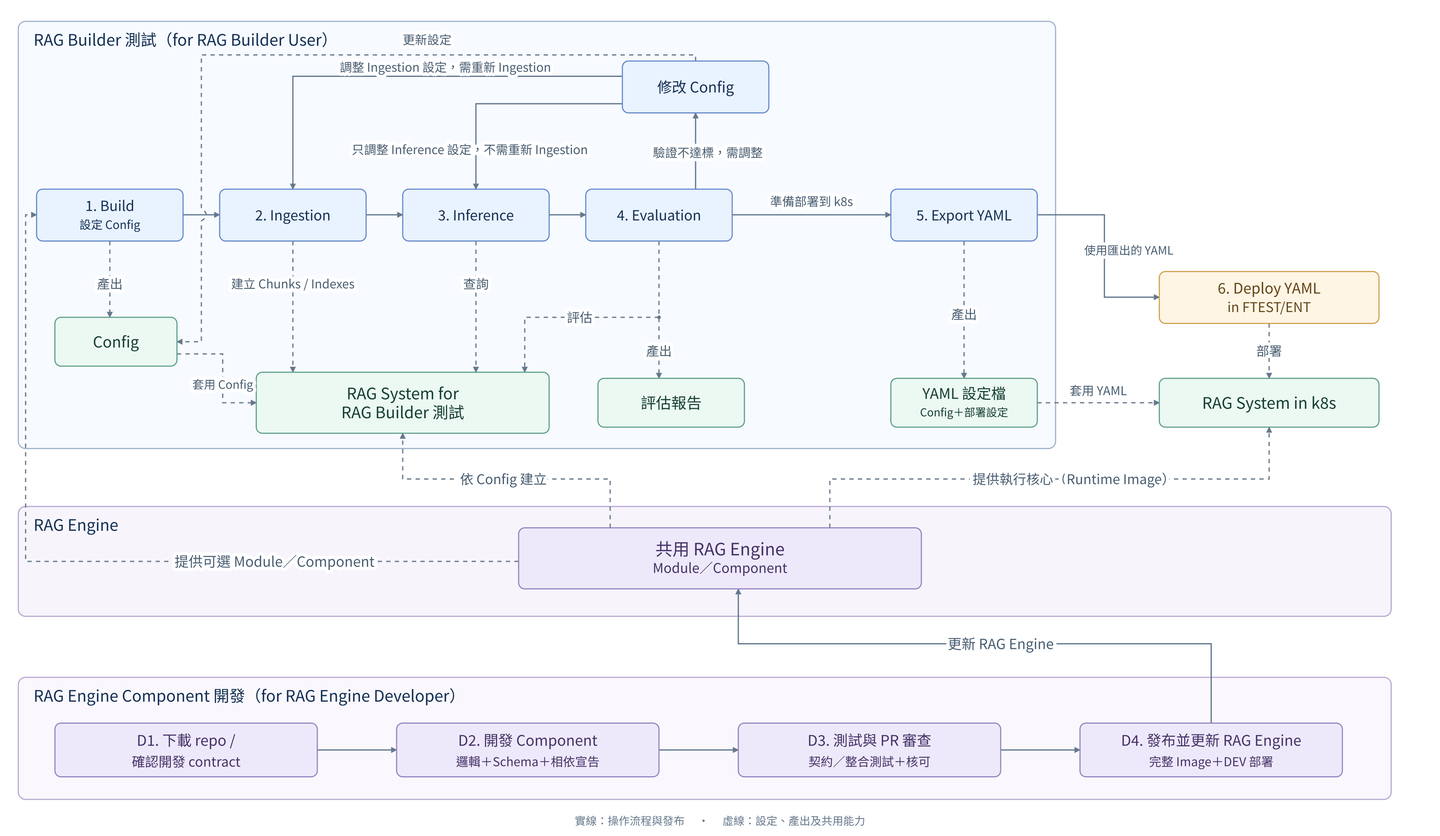
Before: diagrams/01_user_system_l1.png, a diagram exported from Mermaid (SunnyWenwen/rag_platform). Its source is kept beside it as diagrams/01_user_system_l1.mmd.
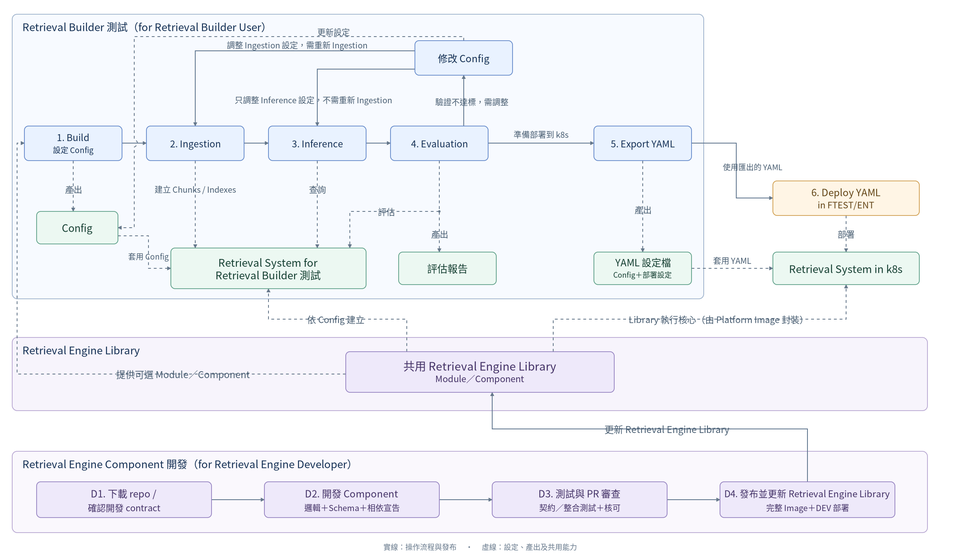
After the change.

What changed in the source:
```diff
@@ -1,5 +1,5 @@
 flowchart TB
-    subgraph BUILDER["RAG Builder 測試（for RAG Builder User）"]
+    subgraph BUILDER["Retrieval Builder 測試（for Retrieval Builder User）"]
         direction LR
         B["1. Build（設定 Config）"] --> I["2. Ingestion"]
         I --> Q["3. Inference"]
@@ -10,7 +10,7 @@
         C -->|只調整 Inference 設定，不需重新 Ingestion| Q
 
         F["Config"]
-        S["RAG System for RAG Builder 測試"]
+        S["Retrieval System for Retrieval Builder 測試"]
         R["評估報告"]
         Y["YAML 設定檔（Config＋部署設定）"]
 
@@ -25,25 +25,25 @@
     end
 
     D["6. Deploy YAML in FTEST/ENT"]
-    K["RAG System in k8s"]
+    K["Retrieval System in k8s"]
     X -->|使用匯出的 YAML| D
     D -. 部署 .-> K
     Y -. 套用 YAML .-> K
 
-    subgraph ENGINE["RAG Engine"]
-        GE["共用 RAG Engine（Module／Component）"]
+    subgraph ENGINE["Retrieval Engine Library"]
+        GE["共用 Retrieval Engine Library（Module／Component）"]
     end
     GE -. 依 Config 建立 .-> S
-    GE -. "提供執行核心（Runtime Image）" .-> K
+    GE -. "Library 執行核心（由 Platform Image 封裝）" .-> K
     GE -. "提供可選 Module／Component" .-> B
 
-    subgraph DEVELOPMENT["RAG Engine Component 開發（for RAG Engine Developer）"]
+    subgraph DEVELOPMENT["Retrieval Engine Component 開發（for Retrieval Engine Developer）"]
         direction LR
         DEV1["D1. 下載 repo / 確認開發 contract"] --> DEV2["D2. 開發 Component"]
         DEV2 --> DEV3["D3. 測試與 PR 審查"]
-        DEV3 --> DEV4["D4. 發布並更新 RAG Engine"]
+        DEV3 --> DEV4["D4. 發布並更新 Retrieval Engine Library"]
     end
-    DEV4 -->|更新 RAG Engine| GE
+    DEV4 -->|更新 Retrieval Engine Library| GE
 
     classDef user fill:#e9f2ff,stroke:#6086c8,color:#143054
     classDef system fill:#ecf8f2,stroke:#599d85,color:#153f32
```
